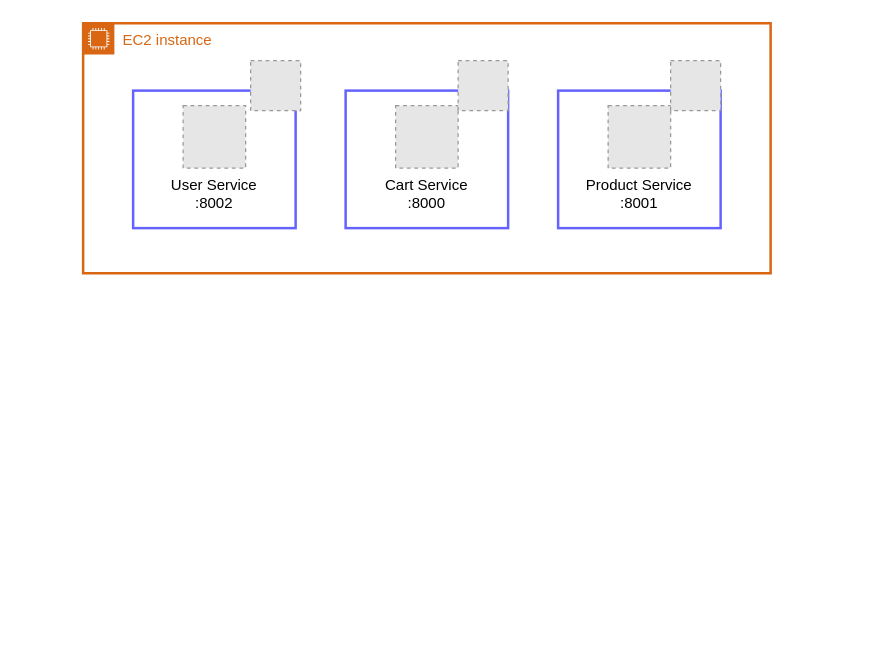
This is AWS-MSA-ONE-EC2.drawio from burger2020/AWS_DIAGRAM, a draw.io file, before an edit. Source tidied: cells renumbered, new cells numbered last; positions are measured from the earlier drawing's top-left corner, leaving out a move shared by most shapes. Both pictures are drawn from the tidied source at 125%, with x=0, y=0 at pixel (82, 22). Pictures stored in the file or linked from it are replaced by grey dashed boxes.
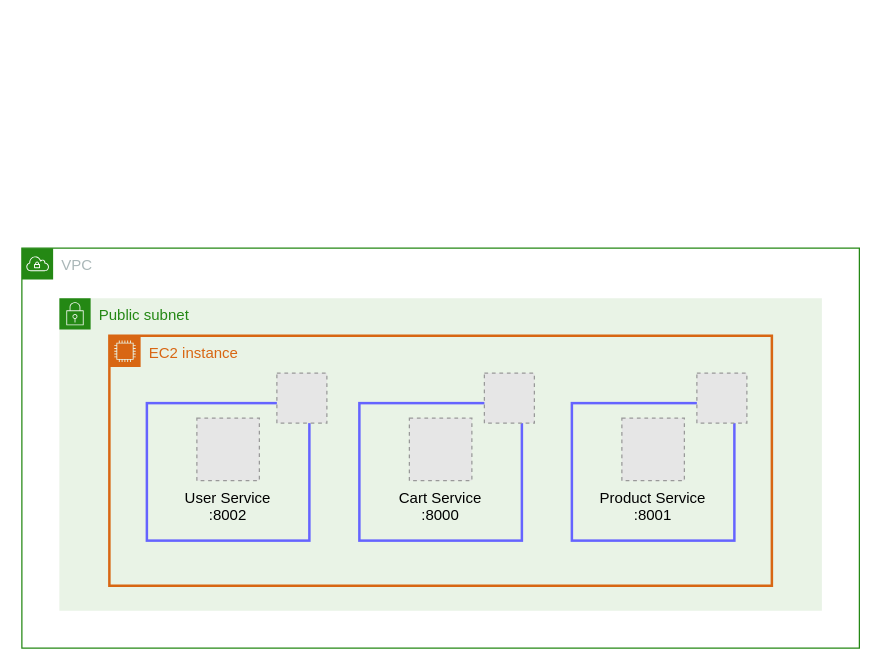
The same diagram, later.

Change to the diagram source:
```diff
@@
 <mxGraphModel>
   <root>
     <mxCell id="0" />
     <mxCell id="1" parent="0" />
+    <mxCell id="12" value="VPC" style="gradientColor=none;html=1;whiteSpace=wrap;fontSize=12;fontStyle=0;shape=mxgraph.aws4.group;grIcon=mxgraph.aws4.group_vpc;strokeColor=#248814;fillColor=none;verticalAlign=top;align=left;spacingLeft=30;fontColor=#AAB7B8;dashed=0;" parent="1" vertex="1">
+      <mxGeometry x="-49" y="180" width="670" height="320" as="geometry" />
+    </mxCell>
+    <mxCell id="13" value="Public subnet" style="gradientColor=none;html=1;whiteSpace=wrap;fontSize=12;fontStyle=0;shape=mxgraph.aws4.group;grIcon=mxgraph.aws4.group_security_group;grStroke=0;strokeColor=#248814;fillColor=#E9F3E6;verticalAlign=top;align=left;spacingLeft=30;fontColor=#248814;dashed=0;" parent="12" vertex="1">
+      <mxGeometry x="30" y="40" width="610" height="250" as="geometry" />
+    </mxCell>
-    <mxCell id="2" value="EC2 instance" style="gradientColor=none;html=1;whiteSpace=wrap;fontSize=12;fontStyle=0;shape=mxgraph.aws4.group;grIcon=mxgraph.aws4.group_ec2_instance_contents;strokeColor=#D86613;fillColor=none;verticalAlign=top;align=left;spacingLeft=30;fontColor=#D86613;dashed=0;strokeWidth=2;" parent="1" vertex="1">
-      <mxGeometry width="550" height="200" as="geometry" />
+    <mxCell id="2" value="EC2 instance" style="gradientColor=none;html=1;whiteSpace=wrap;fontSize=12;fontStyle=0;shape=mxgraph.aws4.group;grIcon=mxgraph.aws4.group_ec2_instance_contents;strokeColor=#D86613;fillColor=none;verticalAlign=top;align=left;spacingLeft=30;fontColor=#D86613;dashed=0;strokeWidth=2;" parent="13" vertex="1">
+      <mxGeometry x="40" y="30" width="530" height="200" as="geometry" />
     </mxCell>
     <mxCell id="3" style="rounded=0;whiteSpace=wrap;html=1;fillColor=none;strokeColor=#6563ff;strokeWidth=2;" parent="2" vertex="1">
-      <mxGeometry x="40" y="54" width="130" height="110" as="geometry" />
+      <mxGeometry x="30" y="54" width="130" height="110" as="geometry" />
     </mxCell>
-    <mxCell id="4" value="User Service&#10;:8002" style="fillColor=#E6E6E6;strokeColor=#999999;dashed=1;verticalLabelPosition=bottom;labelBackgroundColor=default;verticalAlign=top;" parent="2" vertex="1">
-      <mxGeometry x="80" y="66" width="50" height="50" as="geometry" />
+    <mxCell id="4" value="User Service&#10;:8002" style="fillColor=#E6E6E6;strokeColor=#999999;dashed=1;verticalLabelPosition=bottom;labelBackgroundColor=none;verticalAlign=top;" parent="2" vertex="1">
+      <mxGeometry x="70" y="66" width="50" height="50" as="geometry" />
     </mxCell>
     <mxCell id="5" style="fillColor=#E6E6E6;strokeColor=#999999;dashed=1;html=1;verticalAlign=top;verticalLabelPosition=bottom;labelBackgroundColor=#ffffff;" parent="2" vertex="1">
       <mxGeometry x="134" y="30" width="40" height="40" as="geometry" />
     </mxCell>
     <mxCell id="6" style="rounded=0;whiteSpace=wrap;html=1;fillColor=none;strokeColor=#6563ff;strokeWidth=2;" parent="2" vertex="1">
-      <mxGeometry x="210" y="54" width="130" height="110" as="geometry" />
+      <mxGeometry x="200" y="54" width="130" height="110" as="geometry" />
     </mxCell>
-    <mxCell id="7" value="Cart Service&#10;:8000" style="fillColor=#E6E6E6;strokeColor=#999999;dashed=1;verticalLabelPosition=bottom;labelBackgroundColor=default;verticalAlign=top;" parent="2" vertex="1">
-      <mxGeometry x="250" y="66" width="50" height="50" as="geometry" />
+    <mxCell id="7" value="Cart Service&#10;:8000" style="fillColor=#E6E6E6;strokeColor=#999999;dashed=1;verticalLabelPosition=bottom;labelBackgroundColor=none;verticalAlign=top;" parent="2" vertex="1">
+      <mxGeometry x="240" y="66" width="50" height="50" as="geometry" />
     </mxCell>
     <mxCell id="8" style="rounded=0;whiteSpace=wrap;html=1;fillColor=none;strokeColor=#6563ff;strokeWidth=2;" parent="2" vertex="1">
-      <mxGeometry x="380" y="54" width="130" height="110" as="geometry" />
+      <mxGeometry x="370" y="54" width="130" height="110" as="geometry" />
     </mxCell>
-    <mxCell id="9" value="Product Service&#10;:8001" style="fillColor=#E6E6E6;strokeColor=#999999;dashed=1;verticalLabelPosition=bottom;labelBackgroundColor=default;verticalAlign=top;" parent="2" vertex="1">
-      <mxGeometry x="420" y="66" width="50" height="50" as="geometry" />
+    <mxCell id="9" value="Product Service&#10;:8001" style="fillColor=#E6E6E6;strokeColor=#999999;dashed=1;verticalLabelPosition=bottom;labelBackgroundColor=none;verticalAlign=top;" parent="2" vertex="1">
+      <mxGeometry x="410" y="66" width="50" height="50" as="geometry" />
     </mxCell>
     <mxCell id="10" style="fillColor=#E6E6E6;strokeColor=#999999;dashed=1;html=1;verticalAlign=top;verticalLabelPosition=bottom;labelBackgroundColor=#ffffff;" parent="2" vertex="1">
       <mxGeometry x="300" y="30" width="40" height="40" as="geometry" />
     </mxCell>
     <mxCell id="11" style="fillColor=#E6E6E6;strokeColor=#999999;dashed=1;html=1;verticalAlign=top;verticalLabelPosition=bottom;labelBackgroundColor=#ffffff;" parent="2" vertex="1">
       <mxGeometry x="470" y="30" width="40" height="40" as="geometry" />
     </mxCell>
   </root>
 </mxGraphModel>
```
